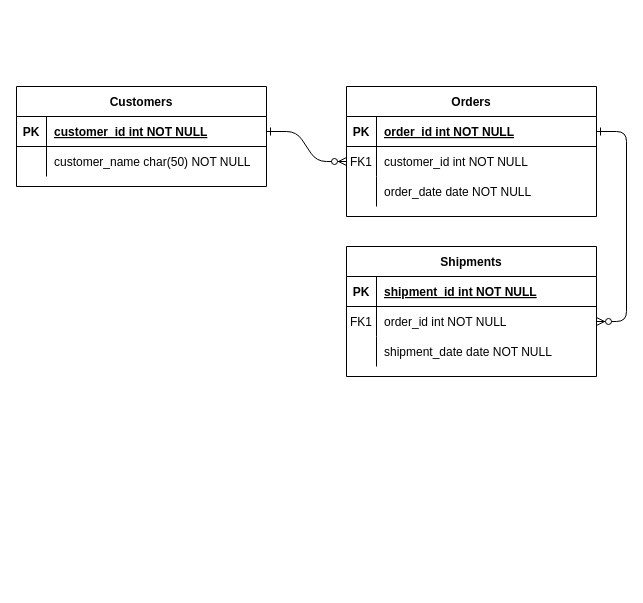
Above: Untitled Diagram.drawio in Temurbek-dream/online-library (draw.io), before the change. Source tidied: cells renumbered, new cells numbered last; positions are measured from the earlier drawing's top-left corner, leaving out a move shared by most shapes. Both pictures are drawn from the tidied source at 100%, with x=0, y=0 at pixel (16, 86).
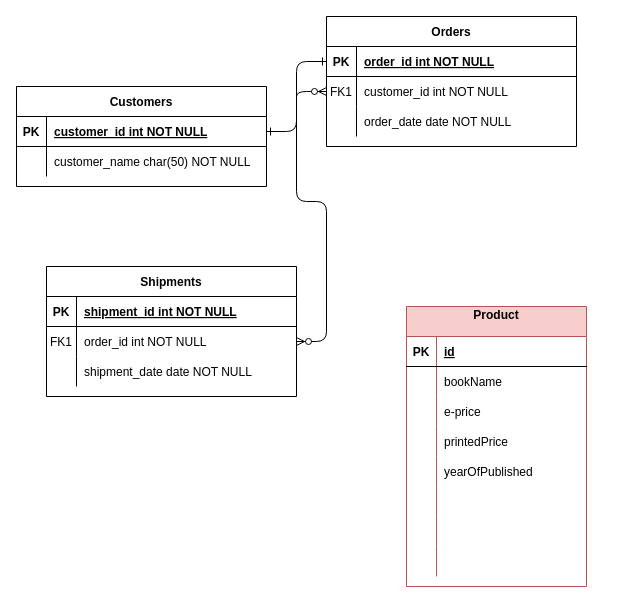
The same page after the edit.

What changed in the source:
```diff
@@
     <mxCell id="4" value="Orders" style="shape=table;startSize=30;childLayout=tableLayout;rowLines=0;fontStyle=1;align=center;" parent="1" vertex="1">
-      <mxGeometry x="330" width="250" height="130" as="geometry" />
+      <mxGeometry x="310" y="-70" width="250" height="130" as="geometry" />
     </mxCell>
@@
     <mxCell id="14" value="Shipments" style="shape=table;startSize=30;childLayout=tableLayout;rowLines=0;fontStyle=1;align=center;" parent="1" vertex="1">
-      <mxGeometry x="330" y="160" width="250" height="130" as="geometry" />
+      <mxGeometry x="30" y="180" width="250" height="130" as="geometry" />
     </mxCell>
@@
+    <mxCell id="31" value="Product&#10;" style="shape=table;startSize=30;childLayout=tableLayout;rowLines=0;fontStyle=1;align=center;fillColor=#f8cecc;strokeColor=#b85450;" parent="1" vertex="1">
+      <mxGeometry x="390" y="220" width="180" height="280" as="geometry" />
+    </mxCell>
+    <mxCell id="32" style="shape=tableRow;horizontal=0;startSize=0;swimlaneHead=0;swimlaneBody=0;fillColor=none;top=0;left=0;right=0;bottom=1;" parent="31" vertex="1">
+      <mxGeometry y="30" width="180" height="30" as="geometry" />
+    </mxCell>
+    <mxCell id="33" value="PK" style="shape=partialRectangle;fillColor=none;top=0;left=0;bottom=0;right=0;fontStyle=1;overflow=hidden;" parent="32" vertex="1">
+      <mxGeometry width="30" height="30" as="geometry" />
+    </mxCell>
+    <mxCell id="34" value="id" style="shape=partialRectangle;fillColor=none;top=0;left=0;bottom=0;right=0;align=left;spacingLeft=6;fontStyle=5;overflow=hidden;" parent="32" vertex="1">
+      <mxGeometry x="30" width="150" height="30" as="geometry" />
+    </mxCell>
+    <mxCell id="35" style="shape=tableRow;horizontal=0;startSize=0;swimlaneHead=0;swimlaneBody=0;fillColor=none;top=0;left=0;right=0;bottom=0;" parent="31" vertex="1">
+      <mxGeometry y="60" width="180" height="30" as="geometry" />
+    </mxCell>
+    <mxCell id="36" style="shape=partialRectangle;fillColor=none;top=0;left=0;bottom=0;right=0;overflow=hidden;" parent="35" vertex="1">
+      <mxGeometry width="30" height="30" as="geometry" />
+    </mxCell>
+    <mxCell id="37" value="bookName    " style="shape=partialRectangle;fillColor=none;top=0;left=0;bottom=0;right=0;align=left;spacingLeft=6;overflow=hidden;" parent="35" vertex="1">
+      <mxGeometry x="30" width="150" height="30" as="geometry" />
+    </mxCell>
+    <mxCell id="38" style="shape=tableRow;horizontal=0;startSize=0;swimlaneHead=0;swimlaneBody=0;fillColor=none;top=0;left=0;right=0;bottom=0;" parent="31" vertex="1">
+      <mxGeometry y="90" width="180" height="30" as="geometry" />
+    </mxCell>
+    <mxCell id="39" style="shape=partialRectangle;fillColor=none;top=0;left=0;bottom=0;right=0;overflow=hidden;" parent="38" vertex="1">
+      <mxGeometry width="30" height="30" as="geometry" />
+    </mxCell>
+    <mxCell id="40" value="e-price" style="shape=partialRectangle;fillColor=none;top=0;left=0;bottom=0;right=0;align=left;spacingLeft=6;overflow=hidden;" parent="38" vertex="1">
+      <mxGeometry x="30" width="150" height="30" as="geometry" />
+    </mxCell>
+    <mxCell id="41" style="shape=tableRow;horizontal=0;startSize=0;swimlaneHead=0;swimlaneBody=0;fillColor=none;top=0;left=0;right=0;bottom=0;" parent="31" vertex="1">
+      <mxGeometry y="120" width="180" height="30" as="geometry" />
+    </mxCell>
+    <mxCell id="42" style="shape=partialRectangle;fillColor=none;top=0;left=0;bottom=0;right=0;overflow=hidden;" parent="41" vertex="1">
+      <mxGeometry width="30" height="30" as="geometry" />
+    </mxCell>
+    <mxCell id="43" value="printedPrice" style="shape=partialRectangle;fillColor=none;top=0;left=0;bottom=0;right=0;align=left;spacingLeft=6;overflow=hidden;" parent="41" vertex="1">
+      <mxGeometry x="30" width="150" height="30" as="geometry" />
+    </mxCell>
+    <mxCell id="44" style="shape=tableRow;horizontal=0;startSize=0;swimlaneHead=0;swimlaneBody=0;fillColor=none;top=0;left=0;right=0;bottom=0;" parent="31" vertex="1">
+      <mxGeometry y="150" width="180" height="30" as="geometry" />
+    </mxCell>
+    <mxCell id="45" style="shape=partialRectangle;fillColor=none;top=0;left=0;bottom=0;right=0;overflow=hidden;" parent="44" vertex="1">
+      <mxGeometry width="30" height="30" as="geometry" />
+    </mxCell>
+    <mxCell id="46" value="yearOfPublished" style="shape=partialRectangle;fillColor=none;top=0;left=0;bottom=0;right=0;align=left;spacingLeft=6;overflow=hidden;" parent="44" vertex="1">
+      <mxGeometry x="30" width="150" height="30" as="geometry" />
+    </mxCell>
+    <mxCell id="47" style="shape=tableRow;horizontal=0;startSize=0;swimlaneHead=0;swimlaneBody=0;fillColor=none;top=0;left=0;right=0;bottom=0;" parent="31" vertex="1">
+      <mxGeometry y="180" width="180" height="30" as="geometry" />
+    </mxCell>
+    <mxCell id="48" style="shape=partialRectangle;fillColor=none;top=0;left=0;bottom=0;right=0;overflow=hidden;" parent="47" vertex="1">
+      <mxGeometry width="30" height="30" as="geometry" />
+    </mxCell>
+    <mxCell id="49" style="shape=partialRectangle;fillColor=none;top=0;left=0;bottom=0;right=0;align=left;spacingLeft=6;overflow=hidden;" parent="47" vertex="1">
+      <mxGeometry x="30" width="150" height="30" as="geometry" />
+    </mxCell>
+    <mxCell id="50" style="shape=tableRow;horizontal=0;startSize=0;swimlaneHead=0;swimlaneBody=0;fillColor=none;top=0;left=0;right=0;bottom=0;" parent="31" vertex="1">
+      <mxGeometry y="210" width="180" height="30" as="geometry" />
+    </mxCell>
+    <mxCell id="51" style="shape=partialRectangle;fillColor=none;top=0;left=0;bottom=0;right=0;overflow=hidden;" parent="50" vertex="1">
+      <mxGeometry width="30" height="30" as="geometry" />
+    </mxCell>
+    <mxCell id="52" style="shape=partialRectangle;fillColor=none;top=0;left=0;bottom=0;right=0;align=left;spacingLeft=6;overflow=hidden;" parent="50" vertex="1">
+      <mxGeometry x="30" width="150" height="30" as="geometry" />
+    </mxCell>
+    <mxCell id="53" style="shape=tableRow;horizontal=0;startSize=0;swimlaneHead=0;swimlaneBody=0;fillColor=none;top=0;left=0;right=0;bottom=0;" parent="31" vertex="1">
+      <mxGeometry y="240" width="180" height="30" as="geometry" />
+    </mxCell>
+    <mxCell id="54" style="shape=partialRectangle;fillColor=none;top=0;left=0;bottom=0;right=0;overflow=hidden;" parent="53" vertex="1">
+      <mxGeometry width="30" height="30" as="geometry" />
+    </mxCell>
+    <mxCell id="55" style="shape=partialRectangle;fillColor=none;top=0;left=0;bottom=0;right=0;align=left;spacingLeft=6;overflow=hidden;" parent="53" vertex="1">
+      <mxGeometry x="30" width="150" height="30" as="geometry" />
+    </mxCell>
```
